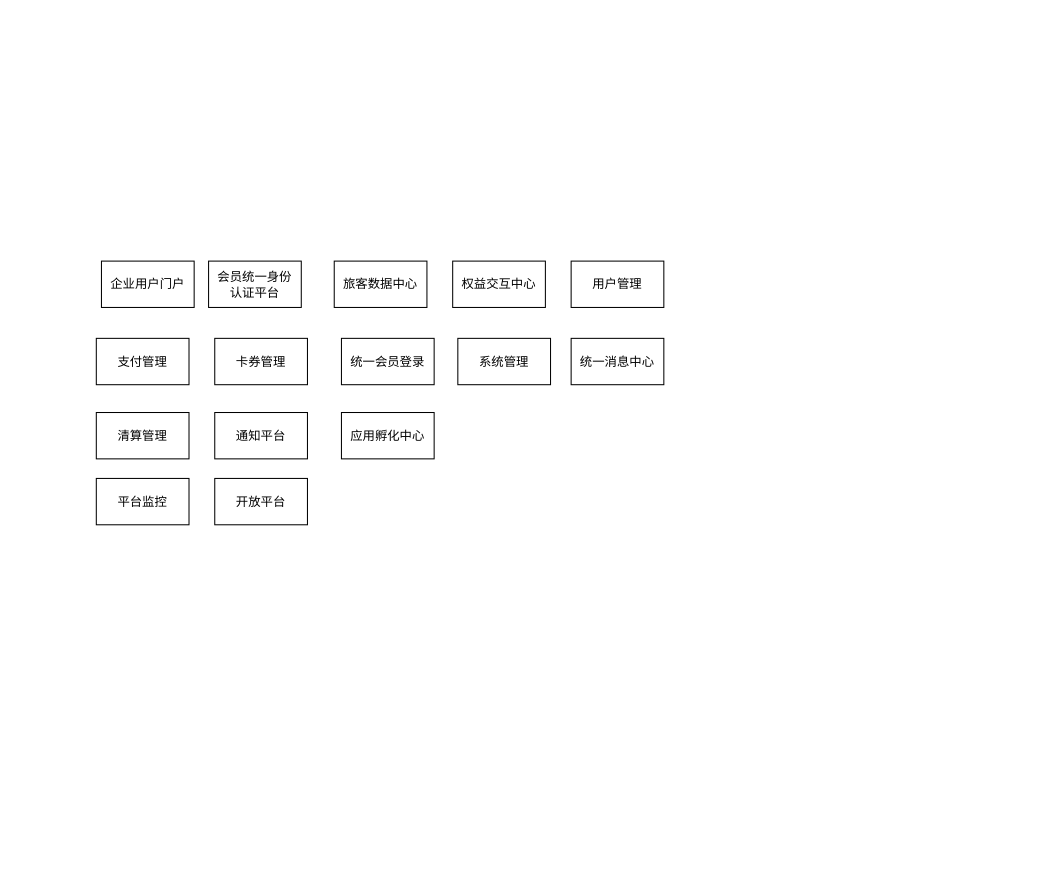
wuqh/draw keeps this draw.io diagram as beijingAirport.drawio. Above is the earlier version. Source tidied: cells renumbered, new cells numbered last; positions are measured from the earlier drawing's top-left corner, leaving out a move shared by most shapes. Both pictures are drawn from the tidied source at 103%, with x=0, y=0 at pixel (96, 261).
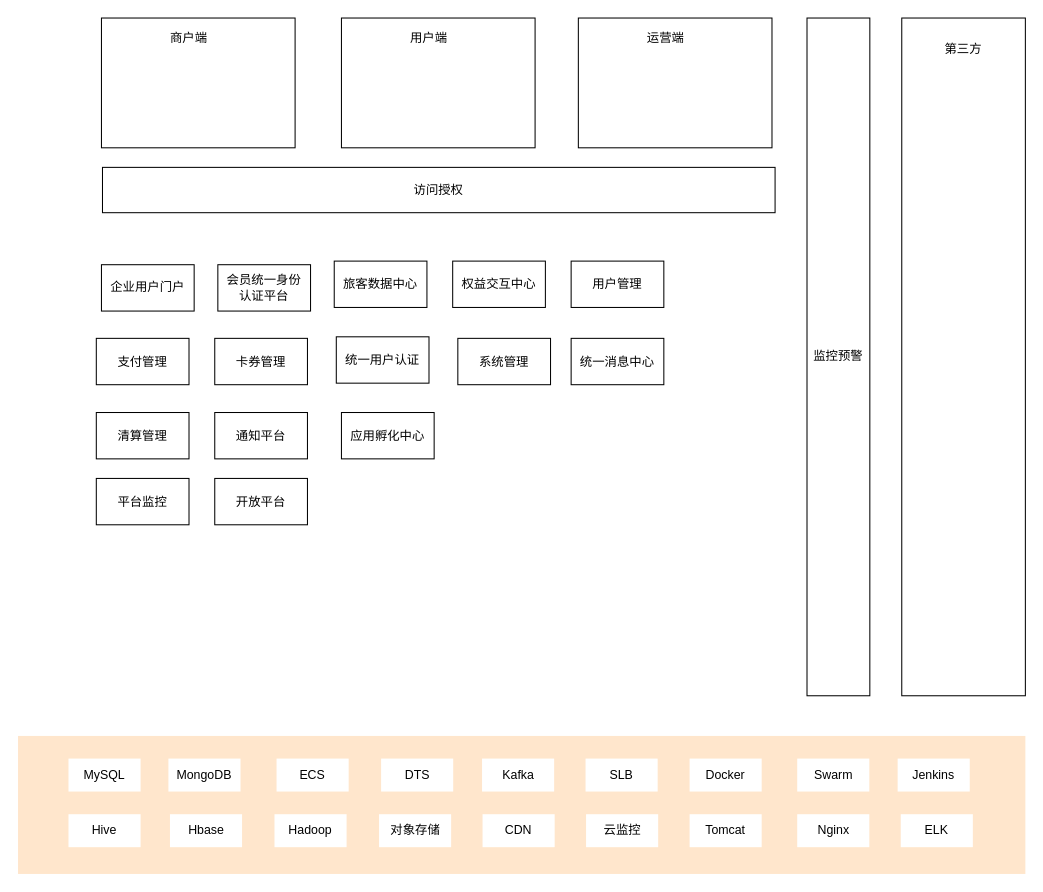
After the change.

What changed in the source:
```diff
@@
+    <mxCell id="17" value="访问授权" style="rounded=0;whiteSpace=wrap;html=1;" parent="1" vertex="1">
+      <mxGeometry x="6" y="-91" width="653" height="44" as="geometry" />
+    </mxCell>
     <mxCell id="2" value="企业用户门户" style="rounded=0;whiteSpace=wrap;html=1;" parent="1" vertex="1">
-      <mxGeometry x="5" width="90" height="45" as="geometry" />
+      <mxGeometry x="5" y="3.5" width="90" height="45" as="geometry" />
     </mxCell>
     <mxCell id="3" value="会员统一身份&lt;br&gt;认证平台" style="rounded=0;whiteSpace=wrap;html=1;" parent="1" vertex="1">
-      <mxGeometry x="109" width="90" height="45" as="geometry" />
+      <mxGeometry x="118" y="3.5" width="90" height="45" as="geometry" />
     </mxCell>
@@
-    <mxCell id="9" value="统一会员登录" style="rounded=0;whiteSpace=wrap;html=1;" parent="1" vertex="1">
-      <mxGeometry x="238" y="75" width="90" height="45" as="geometry" />
+    <mxCell id="9" value="统一用户认证" style="rounded=0;whiteSpace=wrap;html=1;" parent="1" vertex="1">
+      <mxGeometry x="233" y="73.5" width="90" height="45" as="geometry" />
     </mxCell>
@@
+    <mxCell id="18" style="rounded=0;whiteSpace=wrap;html=1;" parent="1" vertex="1">
+      <mxGeometry x="5" y="-236" width="188" height="126" as="geometry" />
+    </mxCell>
+    <mxCell id="19" value="商户端" style="text;html=1;strokeColor=none;fillColor=none;align=center;verticalAlign=middle;whiteSpace=wrap;rounded=0;" parent="1" vertex="1">
+      <mxGeometry x="70" y="-226" width="40" height="20" as="geometry" />
+    </mxCell>
+    <mxCell id="20" style="rounded=0;whiteSpace=wrap;html=1;" parent="1" vertex="1">
+      <mxGeometry x="238" y="-236" width="188" height="126" as="geometry" />
+    </mxCell>
+    <mxCell id="21" value="用户端" style="text;html=1;strokeColor=none;fillColor=none;align=center;verticalAlign=middle;whiteSpace=wrap;rounded=0;" parent="1" vertex="1">
+      <mxGeometry x="303" y="-226" width="40" height="20" as="geometry" />
+    </mxCell>
+    <mxCell id="22" style="rounded=0;whiteSpace=wrap;html=1;" parent="1" vertex="1">
+      <mxGeometry x="468" y="-236" width="188" height="126" as="geometry" />
+    </mxCell>
+    <mxCell id="23" value="运营端" style="text;html=1;strokeColor=none;fillColor=none;align=center;verticalAlign=middle;whiteSpace=wrap;rounded=0;" parent="1" vertex="1">
+      <mxGeometry x="533" y="-226" width="40" height="20" as="geometry" />
+    </mxCell>
+    <mxCell id="24" style="rounded=0;whiteSpace=wrap;html=1;" parent="1" vertex="1">
+      <mxGeometry x="782" y="-236" width="120" height="658" as="geometry" />
+    </mxCell>
+    <mxCell id="25" value="第三方" style="text;html=1;strokeColor=none;fillColor=none;align=center;verticalAlign=middle;whiteSpace=wrap;rounded=0;" parent="1" vertex="1">
+      <mxGeometry x="822" y="-216" width="40" height="20" as="geometry" />
+    </mxCell>
+    <mxCell id="26" value="监控预警" style="rounded=0;whiteSpace=wrap;html=1;" parent="1" vertex="1">
+      <mxGeometry x="690" y="-236" width="61" height="658" as="geometry" />
+    </mxCell>
+    <mxCell id="27" style="rounded=0;whiteSpace=wrap;html=1;fillColor=#ffe6cc;strokeColor=none;" parent="1" vertex="1">
+      <mxGeometry x="-76" y="461" width="978" height="134" as="geometry" />
+    </mxCell>
+    <mxCell id="28" value="MySQL" style="rounded=0;whiteSpace=wrap;html=1;strokeColor=none;" parent="1" vertex="1">
+      <mxGeometry x="-27" y="483" width="70" height="32" as="geometry" />
+    </mxCell>
+    <mxCell id="29" value="MongoDB" style="rounded=0;whiteSpace=wrap;html=1;strokeColor=none;" parent="1" vertex="1">
+      <mxGeometry x="70" y="483" width="70" height="32" as="geometry" />
+    </mxCell>
+    <mxCell id="30" value="ECS" style="rounded=0;whiteSpace=wrap;html=1;strokeColor=none;" parent="1" vertex="1">
+      <mxGeometry x="175" y="483" width="70" height="32" as="geometry" />
+    </mxCell>
+    <mxCell id="31" value="DTS" style="rounded=0;whiteSpace=wrap;html=1;strokeColor=none;" parent="1" vertex="1">
+      <mxGeometry x="276.5" y="483" width="70" height="32" as="geometry" />
+    </mxCell>
+    <mxCell id="32" value="Kafka" style="rounded=0;whiteSpace=wrap;html=1;strokeColor=none;" parent="1" vertex="1">
+      <mxGeometry x="374.5" y="483" width="70" height="32" as="geometry" />
+    </mxCell>
+    <mxCell id="33" value="SLB" style="rounded=0;whiteSpace=wrap;html=1;strokeColor=none;" parent="1" vertex="1">
+      <mxGeometry x="475" y="483" width="70" height="32" as="geometry" />
+    </mxCell>
+    <mxCell id="34" value="Docker" style="rounded=0;whiteSpace=wrap;html=1;strokeColor=none;" parent="1" vertex="1">
+      <mxGeometry x="576" y="483" width="70" height="32" as="geometry" />
+    </mxCell>
+    <mxCell id="35" value="Swarm" style="rounded=0;whiteSpace=wrap;html=1;strokeColor=none;" parent="1" vertex="1">
+      <mxGeometry x="680.5" y="483" width="70" height="32" as="geometry" />
+    </mxCell>
+    <mxCell id="36" value="Jenkins" style="rounded=0;whiteSpace=wrap;html=1;strokeColor=none;" parent="1" vertex="1">
+      <mxGeometry x="778" y="483" width="70" height="32" as="geometry" />
+    </mxCell>
+    <mxCell id="37" value="Hive" style="rounded=0;whiteSpace=wrap;html=1;strokeColor=none;" parent="1" vertex="1">
+      <mxGeometry x="-27" y="537" width="70" height="32" as="geometry" />
+    </mxCell>
+    <mxCell id="38" value="Hbase" style="rounded=0;whiteSpace=wrap;html=1;strokeColor=none;" parent="1" vertex="1">
+      <mxGeometry x="71.5" y="537" width="70" height="32" as="geometry" />
+    </mxCell>
+    <mxCell id="39" value="Hadoop" style="rounded=0;whiteSpace=wrap;html=1;strokeColor=none;" parent="1" vertex="1">
+      <mxGeometry x="173" y="537" width="70" height="32" as="geometry" />
+    </mxCell>
+    <mxCell id="40" value="对象存储" style="rounded=0;whiteSpace=wrap;html=1;strokeColor=none;" parent="1" vertex="1">
+      <mxGeometry x="274.5" y="537" width="70" height="32" as="geometry" />
+    </mxCell>
+    <mxCell id="41" value="CDN" style="rounded=0;whiteSpace=wrap;html=1;strokeColor=none;" parent="1" vertex="1">
+      <mxGeometry x="375" y="537" width="70" height="32" as="geometry" />
+    </mxCell>
+    <mxCell id="42" value="云监控" style="rounded=0;whiteSpace=wrap;html=1;strokeColor=none;" parent="1" vertex="1">
+      <mxGeometry x="475.5" y="537" width="70" height="32" as="geometry" />
+    </mxCell>
+    <mxCell id="43" value="Tomcat" style="rounded=0;whiteSpace=wrap;html=1;strokeColor=none;" parent="1" vertex="1">
+      <mxGeometry x="576" y="537" width="70" height="32" as="geometry" />
+    </mxCell>
+    <mxCell id="44" value="Nginx" style="rounded=0;whiteSpace=wrap;html=1;strokeColor=none;" parent="1" vertex="1">
+      <mxGeometry x="680.5" y="537" width="70" height="32" as="geometry" />
+    </mxCell>
+    <mxCell id="45" value="ELK" style="rounded=0;whiteSpace=wrap;html=1;strokeColor=none;" parent="1" vertex="1">
+      <mxGeometry x="781" y="537" width="70" height="32" as="geometry" />
+    </mxCell>
```
